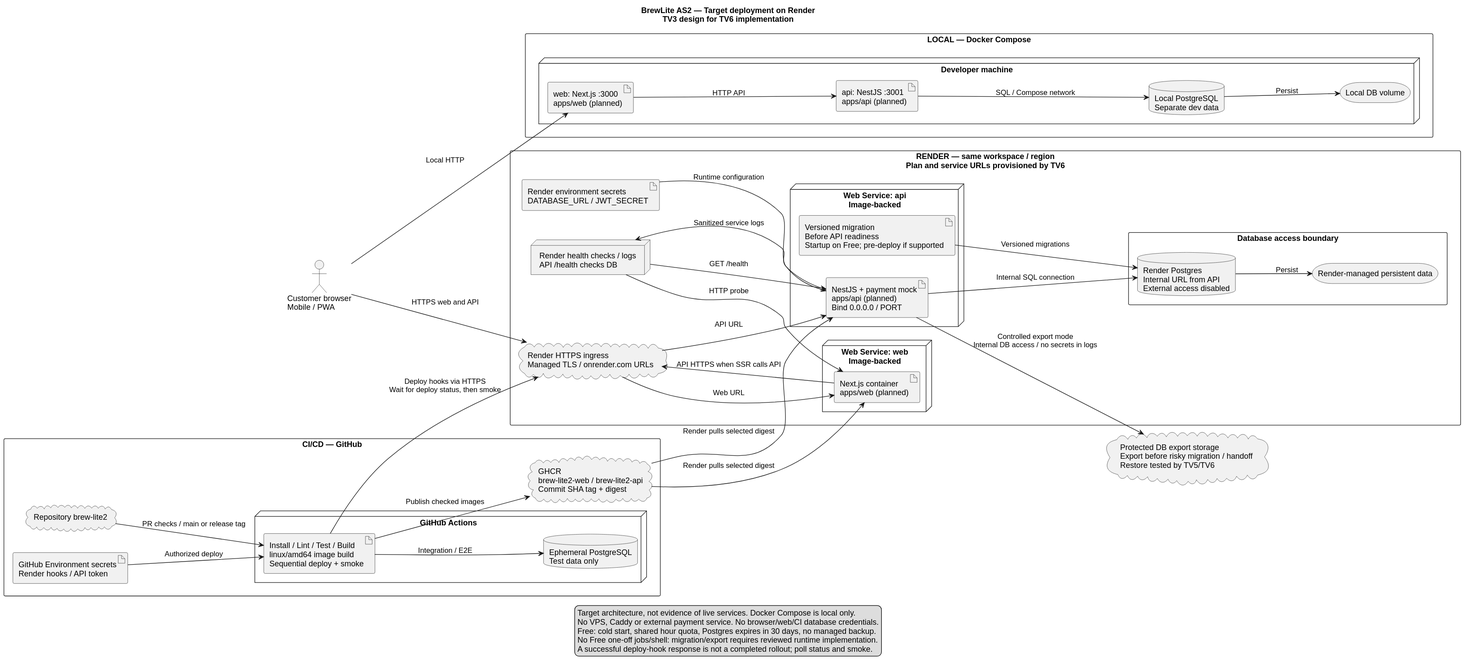
Before: docs/diagrams/deployment.svg, a diagram exported from PlantUML (nguyentriet2k69-lang/brew-lite2).
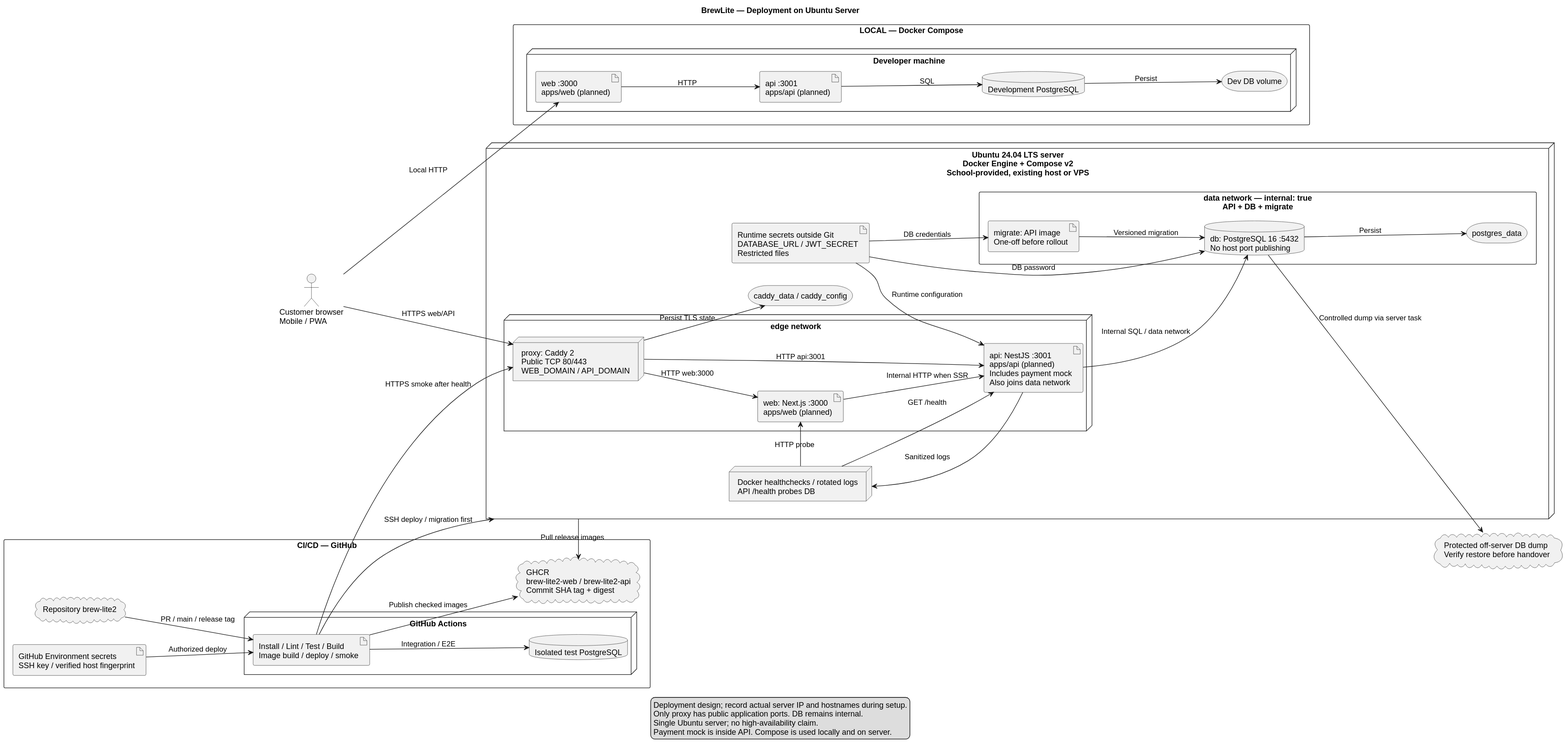
Later version of the same file.

Commit message:
docs(architecture): hoàn thiện thiết kế triển khai trên server Ubuntu

The edit, as a diff of the source:
```diff
@@ -5,76 +5,71 @@
 skinparam packageStyle rectangle
 skinparam nodesep 40
 skinparam ranksep 50
-title BrewLite AS2 — Target deployment on Render\nTV3 design for TV6 implementation
+title BrewLite — Deployment on Ubuntu Server
 actor "Customer browser\nMobile / PWA" as customer
-
 package "LOCAL — Docker Compose" {
   node "Developer machine" {
-    artifact "web: Next.js :3000\napps/web (planned)" as lw
-    artifact "api: NestJS :3001\napps/api (planned)" as la
-    database "Local PostgreSQL\nSeparate dev data" as ld
-    storage "Local DB volume" as lv
+    artifact "web :3000\napps/web (planned)" as lw
+    artifact "api :3001\napps/api (planned)" as la
+    database "Development PostgreSQL" as ld
+    storage "Dev DB volume" as lv
   }
-  lw --> la : HTTP API
-  la --> ld : SQL / Compose network
+  lw --> la : HTTP
+  la --> ld : SQL
   ld --> lv : Persist
 }
-
 package "CI/CD — GitHub" {
   cloud "Repository brew-lite2" as repo
   node "GitHub Actions" {
-    artifact "Install / Lint / Test / Build\nlinux/amd64 image build\nSequential deploy + smoke" as ci
-    database "Ephemeral PostgreSQL\nTest data only" as testdb
+    artifact "Install / Lint / Test / Build\nImage build / deploy / smoke" as ci
+    database "Isolated test PostgreSQL" as testdb
   }
   cloud "GHCR\nbrew-lite2-web / brew-lite2-api\nCommit SHA tag + digest" as registry
-  artifact "GitHub Environment secrets\nRender hooks / API token" as ghsecrets
+  artifact "GitHub Environment secrets\nSSH key / verified host fingerprint" as ghsecrets
 }
-
-package "RENDER — same workspace / region\nPlan and service URLs provisioned by TV6" {
-  cloud "Render HTTPS ingress\nManaged TLS / onrender.com URLs" as tls
-  node "Web Service: web\nImage-backed" {
-    artifact "Next.js container\napps/web (planned)" as web
+node "Ubuntu 24.04 LTS server\nDocker Engine + Compose v2\nSchool-provided, existing host or VPS" as server {
+  node "edge network" {
+    node "proxy: Caddy 2\nPublic TCP 80/443\nWEB_DOMAIN / API_DOMAIN" as proxy
+    artifact "web: Next.js :3000\napps/web (planned)" as web
+    artifact "api: NestJS :3001\napps/api (planned)\nIncludes payment mock\nAlso joins data network" as api
   }
-  node "Web Service: api\nImage-backed" {
-    artifact "NestJS + payment mock\napps/api (planned)\nBind 0.0.0.0 / PORT" as api
-    artifact "Versioned migration\nBefore API readiness\nStartup on Free; pre-deploy if supported" as migrate
+  package "data network — internal: true\nAPI + DB + migrate" {
+    database "db: PostgreSQL 16 :5432\nNo host port publishing" as db
+    artifact "migrate: API image\nOne-off before rollout" as migrate
+    storage "postgres_data" as disk
   }
-  package "Database access boundary" {
-    database "Render Postgres\nInternal URL from API\nExternal access disabled" as db
-    storage "Render-managed persistent data" as disk
-  }
-  artifact "Render environment secrets\nDATABASE_URL / JWT_SECRET" as secrets
-  node "Render health checks / logs\nAPI /health checks DB" as health
+  artifact "Runtime secrets outside Git\nDATABASE_URL / JWT_SECRET\nRestricted files" as secrets
+  storage "caddy_data / caddy_config" as certs
+  node "Docker healthchecks / rotated logs\nAPI /health probes DB" as health
 }
-
-cloud "Protected DB export storage\nExport before risky migration / handoff\nRestore tested by TV5/TV6" as backup
-
+cloud "Protected off-server DB dump\nVerify restore before handover" as backup
 customer --> lw : Local HTTP
-customer --> tls : HTTPS web and API
-tls --> web : Web URL
-tls --> api : API URL
-web --> tls : API HTTPS when SSR calls API
-api --> db : Internal SQL connection
-migrate --> db : Versioned migrations
+customer --> proxy : HTTPS web/API
+proxy --> web : HTTP web:3000
+proxy --> api : HTTP api:3001
+web --> api : Internal HTTP when SSR
+api --> db : Internal SQL / data network
+migrate --> db : Versioned migration
 db --> disk : Persist
-api --> backup : Controlled export mode\nInternal DB access / no secrets in logs
+proxy --> certs : Persist TLS state
 secrets --> api : Runtime configuration
+secrets --> db : DB password
+secrets --> migrate : DB credentials
+repo --> ci : PR / main / release tag
 ghsecrets --> ci : Authorized deploy
-repo --> ci : PR checks / main or release tag
 ci --> testdb : Integration / E2E
 ci --> registry : Publish checked images
-registry --> web : Render pulls selected digest
-registry --> api : Render pulls selected digest
-ci --> tls : Deploy hooks via HTTPS\nWait for deploy status, then smoke
-api --> health : Sanitized service logs
+server --> registry : Pull release images
+ci --> server : SSH deploy / migration first
+ci --> proxy : HTTPS smoke after health
+db --> backup : Controlled dump via server task
 health --> api : GET /health
 health --> web : HTTP probe
-
+api --> health : Sanitized logs
 legend bottom
-  Target architecture, not evidence of live services. Docker Compose is local only.
-  No VPS, Caddy or external payment service. No browser/web/CI database credentials.
-  Free: cold start, shared hour quota, Postgres expires in 30 days, no managed backup.
-  No Free one-off jobs/shell: migration/export requires reviewed runtime implementation.
-  A successful deploy-hook response is not a completed rollout; poll status and smoke.
+  Deployment design; record actual server IP and hostnames during setup.
+  Only proxy has public application ports. DB remains internal.
+  Single Ubuntu server; no high-availability claim.
+  Payment mock is inside API. Compose is used locally and on server.
 endlegend
 @enduml
```
